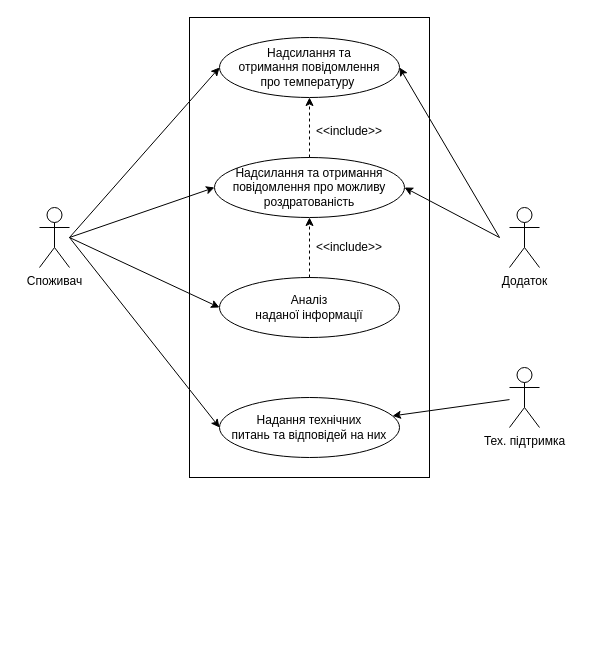
Before: 1-SoftwareRequirements/1.3-SoftwareUserRequirements/1.3.3-UseCaseDiagram/uml.drawio in oleksandrblazhko/ai-215-korchakovskij, a draw.io diagram. Source tidied: cells renumbered, new cells numbered last; positions are measured from the earlier drawing's top-left corner, leaving out a move shared by most shapes. Both pictures are drawn from the tidied source at 100%, with x=0, y=0 at pixel (39, 17).
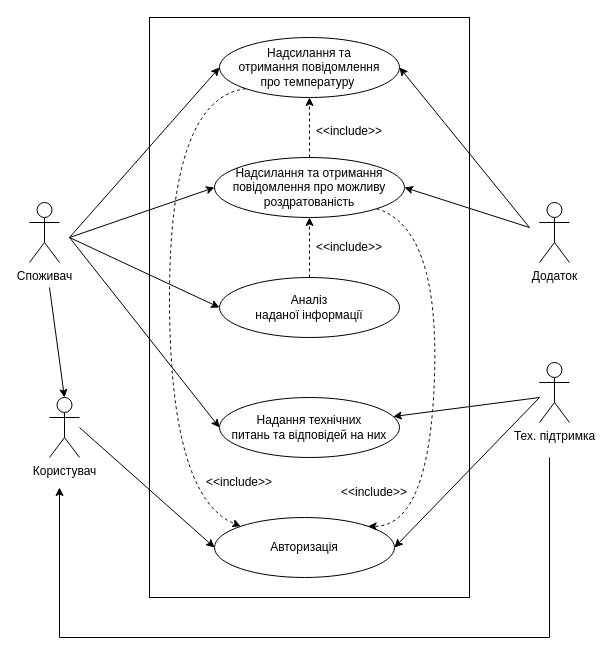
After the change.

Commit message (it also covers changes not shown here):
Reworked uml diagram

The change refers to these unchanged cells:
```xml
<mxCell id="3" value="Надсилання та&lt;br&gt;отримання повідомлення&lt;br&gt;про температуру&amp;nbsp;" style="ellipse;whiteSpace=wrap;html=1;" parent="1" vertex="1">
  <mxGeometry x="180" y="20" width="180" height="60" as="geometry" />
</mxCell>
<mxCell id="5" value="Надсилання та отримання&lt;br&gt;повідомлення про можливу&lt;br&gt;роздратованість" style="ellipse;whiteSpace=wrap;html=1;" parent="1" vertex="1">
  <mxGeometry x="175" y="140" width="190" height="60" as="geometry" />
</mxCell>
<mxCell id="7" value="Надання технічних&lt;br&gt;питань та відповідей на них" style="ellipse;whiteSpace=wrap;html=1;" parent="1" vertex="1">
  <mxGeometry x="180" y="380" width="180" height="60" as="geometry" />
</mxCell>
```

The edit, as a diff of the source:
```diff
@@
     <mxCell id="2" style="rounded=0;whiteSpace=wrap;html=1;fillColor=none;" parent="1" vertex="1">
-      <mxGeometry x="150" width="240" height="460" as="geometry" />
+      <mxGeometry x="110" width="320" height="580" as="geometry" />
     </mxCell>
@@
     <mxCell id="6" value="Додаток" style="shape=umlActor;verticalLabelPosition=bottom;verticalAlign=top;html=1;" parent="1" vertex="1">
-      <mxGeometry x="470" y="190" width="30" height="60" as="geometry" />
+      <mxGeometry x="500" y="185" width="30" height="60" as="geometry" />
     </mxCell>
@@
     <mxCell id="8" value="Споживач" style="shape=umlActor;verticalLabelPosition=bottom;verticalAlign=top;html=1;" parent="1" vertex="1">
-      <mxGeometry y="190" width="30" height="60" as="geometry" />
+      <mxGeometry x="-10" y="185" width="30" height="60" as="geometry" />
     </mxCell>
+    <mxCell id="21" style="edgeStyle=orthogonalEdgeStyle;rounded=0;orthogonalLoop=1;jettySize=auto;html=1;" parent="1" edge="1">
+      <mxGeometry relative="1" as="geometry">
+        <mxPoint x="510" y="440" as="sourcePoint" />
+        <mxPoint x="20" y="470" as="targetPoint" />
+        <Array as="points">
+          <mxPoint x="510" y="620" />
+          <mxPoint x="20" y="620" />
+        </Array>
+      </mxGeometry>
+    </mxCell>
     <mxCell id="9" value="Тех. підтримка" style="shape=umlActor;verticalLabelPosition=bottom;verticalAlign=top;html=1;outlineConnect=0;" parent="1" vertex="1">
-      <mxGeometry x="470" y="350" width="30" height="60" as="geometry" />
+      <mxGeometry x="500" y="345" width="30" height="60" as="geometry" />
     </mxCell>
@@
-    <mxCell id="11" style="endArrow=classic;html=1;rounded=0;" parent="1" edge="1" source="9" target="7">
-      <mxGeometry relative="1" as="geometry" />
+    <mxCell id="11" style="endArrow=classic;html=1;rounded=0;" parent="1" edge="1" target="7">
+      <mxGeometry relative="1" as="geometry">
+        <mxPoint x="500" y="380" as="sourcePoint" />
+      </mxGeometry>
     </mxCell>
@@
     <mxCell id="13" style="endArrow=classic;html=1;rounded=0;entryX=1;entryY=0.5;entryDx=0;entryDy=0;" parent="1" edge="1" target="5">
       <mxGeometry relative="1" as="geometry">
-        <mxPoint x="460" y="220" as="sourcePoint" />
+        <mxPoint x="490" y="210" as="sourcePoint" />
       </mxGeometry>
     </mxCell>
     <mxCell id="14" style="endArrow=classic;html=1;rounded=0;entryX=1;entryY=0.5;entryDx=0;entryDy=0;" parent="1" edge="1" target="3">
       <mxGeometry relative="1" as="geometry">
-        <mxPoint x="460" y="220" as="sourcePoint" />
+        <mxPoint x="490" y="210" as="sourcePoint" />
       </mxGeometry>
     </mxCell>
@@
+    <mxCell id="22" value="Користувач" style="shape=umlActor;verticalLabelPosition=bottom;verticalAlign=top;html=1;outlineConnect=0;" parent="1" vertex="1">
+      <mxGeometry x="10" y="380" width="30" height="60" as="geometry" />
+    </mxCell>
+    <mxCell id="23" style="endArrow=classic;html=1;rounded=0;entryX=0.5;entryY=0;entryDx=0;entryDy=0;entryPerimeter=0;" parent="1" edge="1" target="22">
+      <mxGeometry relative="1" as="geometry">
+        <mxPoint x="10" y="270" as="sourcePoint" />
+      </mxGeometry>
+    </mxCell>
+    <mxCell id="24" value="Авторизація" style="ellipse;whiteSpace=wrap;html=1;" parent="1" vertex="1">
+      <mxGeometry x="175" y="500" width="180" height="60" as="geometry" />
+    </mxCell>
+    <mxCell id="25" style="curved=1;endArrow=classic;html=1;rounded=0;exitX=0;exitY=1;exitDx=0;exitDy=0;dashed=1;entryX=0;entryY=0;entryDx=0;entryDy=0;" parent="1" edge="1" source="3" target="24">
+      <mxGeometry relative="1" as="geometry">
+        <Array as="points">
+          <mxPoint x="130" y="80" />
+          <mxPoint x="130" y="480" />
+        </Array>
+      </mxGeometry>
+    </mxCell>
+    <mxCell id="26" value="&amp;lt;&amp;lt;include&amp;gt;&amp;gt;" style="text;html=1;strokeColor=none;fillColor=none;align=center;verticalAlign=middle;whiteSpace=wrap;rounded=0;" parent="1" vertex="1">
+      <mxGeometry x="170" y="450" width="60" height="30" as="geometry" />
+    </mxCell>
+    <mxCell id="27" style="curved=1;endArrow=classic;html=1;rounded=0;exitX=1;exitY=1;exitDx=0;exitDy=0;entryX=1;entryY=0;entryDx=0;entryDy=0;dashed=1;" parent="1" edge="1" source="5" target="24">
+      <mxGeometry relative="1" as="geometry">
+        <Array as="points">
+          <mxPoint x="400" y="210" />
+          <mxPoint x="390" y="509" />
+        </Array>
+      </mxGeometry>
+    </mxCell>
+    <mxCell id="28" value="&amp;lt;&amp;lt;include&amp;gt;&amp;gt;" style="text;html=1;strokeColor=none;fillColor=none;align=center;verticalAlign=middle;whiteSpace=wrap;rounded=0;" parent="1" vertex="1">
+      <mxGeometry x="305" y="460" width="60" height="30" as="geometry" />
+    </mxCell>
+    <mxCell id="29" style="endArrow=classic;html=1;rounded=0;entryX=0;entryY=0.5;entryDx=0;entryDy=0;" parent="1" edge="1" target="24">
+      <mxGeometry relative="1" as="geometry">
+        <mxPoint x="40" y="410" as="sourcePoint" />
+      </mxGeometry>
+    </mxCell>
+    <mxCell id="30" style="endArrow=classic;html=1;rounded=0;entryX=1;entryY=0.5;entryDx=0;entryDy=0;" parent="1" edge="1" target="24">
+      <mxGeometry relative="1" as="geometry">
+        <mxPoint x="500" y="380" as="sourcePoint" />
+      </mxGeometry>
+    </mxCell>
```
